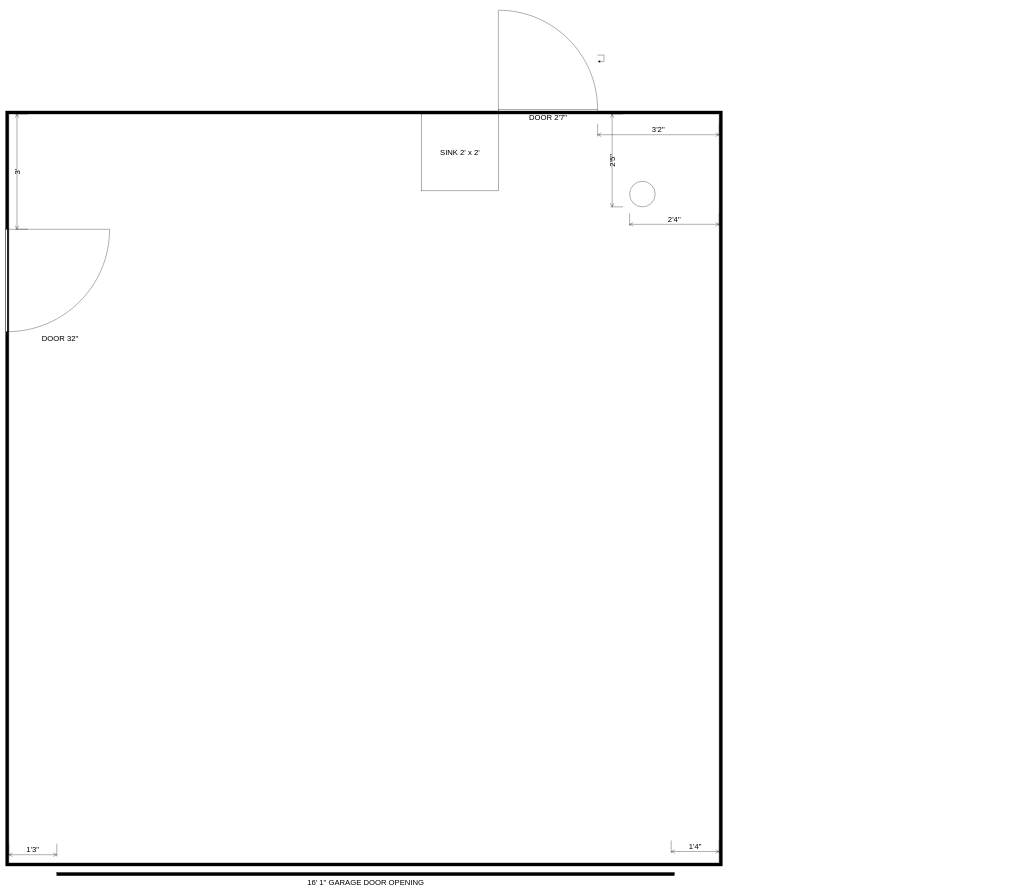
Earlier version of the draw.io diagram Untitled Diagram.drawio (thunderdan/drawio). Source tidied: cells renumbered, new cells numbered last; positions are measured from the earlier drawing's top-left corner, leaving out a move shared by most shapes. Both pictures are drawn from the tidied source at 32%, with x=0, y=0 at pixel (5, 5).
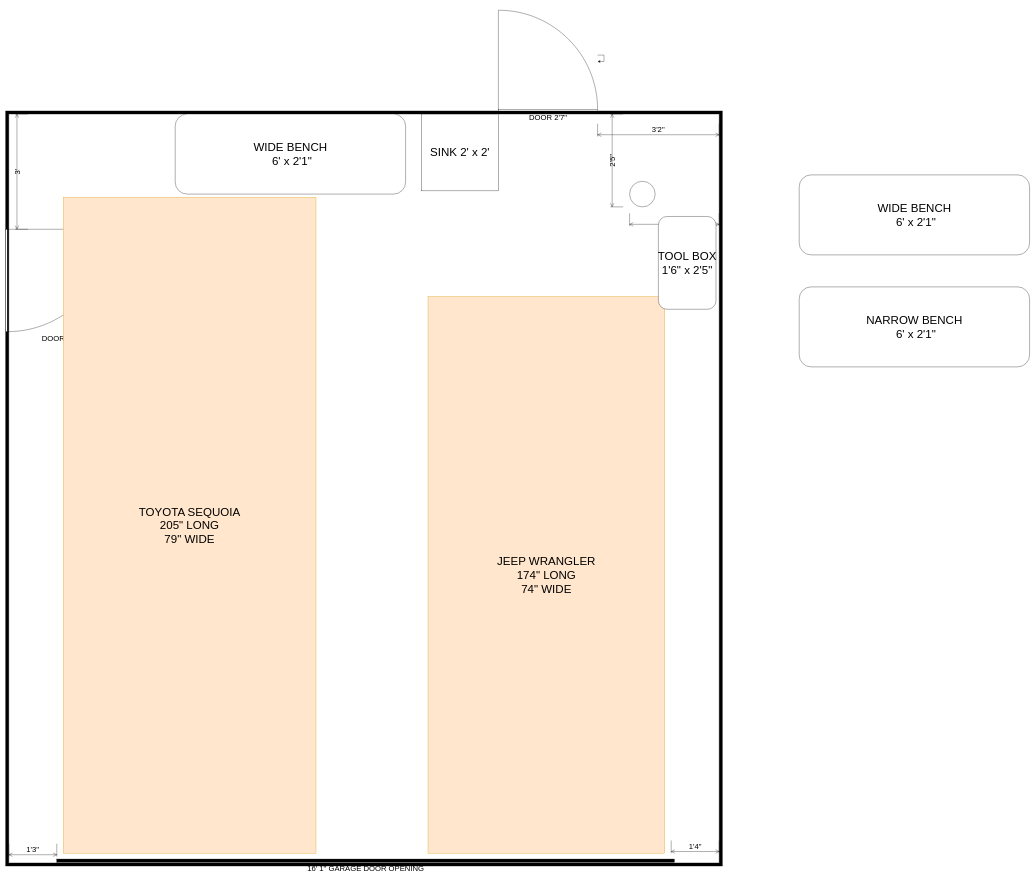
After the change.

Diff of the diagram source:
```diff
@@
-    <mxCell id="3" value="&lt;font style=&quot;font-size: 24px;&quot;&gt;SINK 2' x 2'&lt;/font&gt;" style="whiteSpace=wrap;html=1;" parent="1" vertex="1">
+    <mxCell id="3" value="&lt;font style=&quot;font-size: 36px;&quot;&gt;SINK 2' x 2'&lt;/font&gt;" style="whiteSpace=wrap;html=1;" parent="1" vertex="1">
       <mxGeometry x="1300" y="339" width="240" height="240" as="geometry" />
     </mxCell>
@@
     <mxCell id="10" value="&lt;font style=&quot;font-size: 24px;&quot;&gt;16' 1&quot; GARAGE DOOR OPENING&lt;/font&gt;" style="verticalLabelPosition=bottom;html=1;verticalAlign=top;align=center;shape=mxgraph.floorplan.wall;fillColor=strokeColor;" parent="1" vertex="1">
-      <mxGeometry x="160" y="2709" width="1930" height="10" as="geometry" />
+      <mxGeometry x="160" y="2667" width="1930" height="10" as="geometry" />
     </mxCell>
@@
+    <mxCell id="15" value="&lt;font style=&quot;font-size: 36px;&quot;&gt;TOYOTA SEQUOIA&lt;/font&gt;&lt;div&gt;&lt;font style=&quot;font-size: 36px;&quot;&gt;205&quot; LONG&lt;/font&gt;&lt;/div&gt;&lt;div&gt;&lt;font style=&quot;font-size: 36px;&quot;&gt;79&quot; WIDE&lt;/font&gt;&lt;/div&gt;" style="rounded=0;whiteSpace=wrap;html=1;fillColor=#ffe6cc;strokeColor=#d79b00;" parent="1" vertex="1">
+      <mxGeometry x="180" y="599" width="790" height="2050" as="geometry" />
+    </mxCell>
+    <mxCell id="16" value="&lt;div&gt;&lt;font style=&quot;font-size: 36px;&quot;&gt;JEEP WRANGLER&lt;/font&gt;&lt;/div&gt;&lt;div&gt;&lt;font style=&quot;font-size: 36px;&quot;&gt;174&quot; LONG&lt;/font&gt;&lt;/div&gt;&lt;div&gt;&lt;font style=&quot;font-size: 36px;&quot;&gt;74&quot; WIDE&lt;/font&gt;&lt;/div&gt;" style="rounded=0;whiteSpace=wrap;html=1;fillColor=#ffe6cc;strokeColor=#d79b00;" parent="1" vertex="1">
+      <mxGeometry x="1320" y="909" width="740" height="1740" as="geometry" />
+    </mxCell>
+    <mxCell id="17" value="&lt;font style=&quot;font-size: 36px;&quot;&gt;WIDE BENCH&lt;/font&gt;&lt;div&gt;&lt;font style=&quot;font-size: 36px;&quot;&gt;&amp;nbsp;6' x 2'1&quot;&lt;/font&gt;&lt;/div&gt;" style="rounded=1;whiteSpace=wrap;html=1;" parent="1" vertex="1">
+      <mxGeometry x="530" y="339" width="720" height="250" as="geometry" />
+    </mxCell>
+    <mxCell id="18" value="&lt;font style=&quot;font-size: 36px;&quot;&gt;&lt;font&gt;TOOL&amp;nbsp;&lt;/font&gt;BOX&lt;/font&gt;&lt;div&gt;&lt;font style=&quot;font-size: 36px;&quot;&gt;1'6&quot; x 2'5&quot;&lt;/font&gt;&lt;/div&gt;" style="rounded=1;whiteSpace=wrap;html=1;" parent="1" vertex="1">
+      <mxGeometry x="2040" y="659" width="180" height="290" as="geometry" />
+    </mxCell>
+    <mxCell id="19" value="&lt;font style=&quot;font-size: 36px;&quot;&gt;WIDE BENCH&lt;/font&gt;&lt;div&gt;&lt;font style=&quot;font-size: 36px;&quot;&gt;&amp;nbsp;6' x 2'1&quot;&lt;/font&gt;&lt;/div&gt;" style="rounded=1;whiteSpace=wrap;html=1;" parent="1" vertex="1">
+      <mxGeometry x="2480" y="529" width="720" height="250" as="geometry" />
+    </mxCell>
+    <mxCell id="20" value="&lt;font style=&quot;font-size: 36px;&quot;&gt;NARROW BENCH&lt;/font&gt;&lt;div&gt;&lt;font style=&quot;font-size: 36px;&quot;&gt;&amp;nbsp;6' x 2'1&quot;&lt;/font&gt;&lt;/div&gt;" style="rounded=1;whiteSpace=wrap;html=1;" parent="1" vertex="1">
+      <mxGeometry x="2480" y="879" width="720" height="250" as="geometry" />
+    </mxCell>
```
